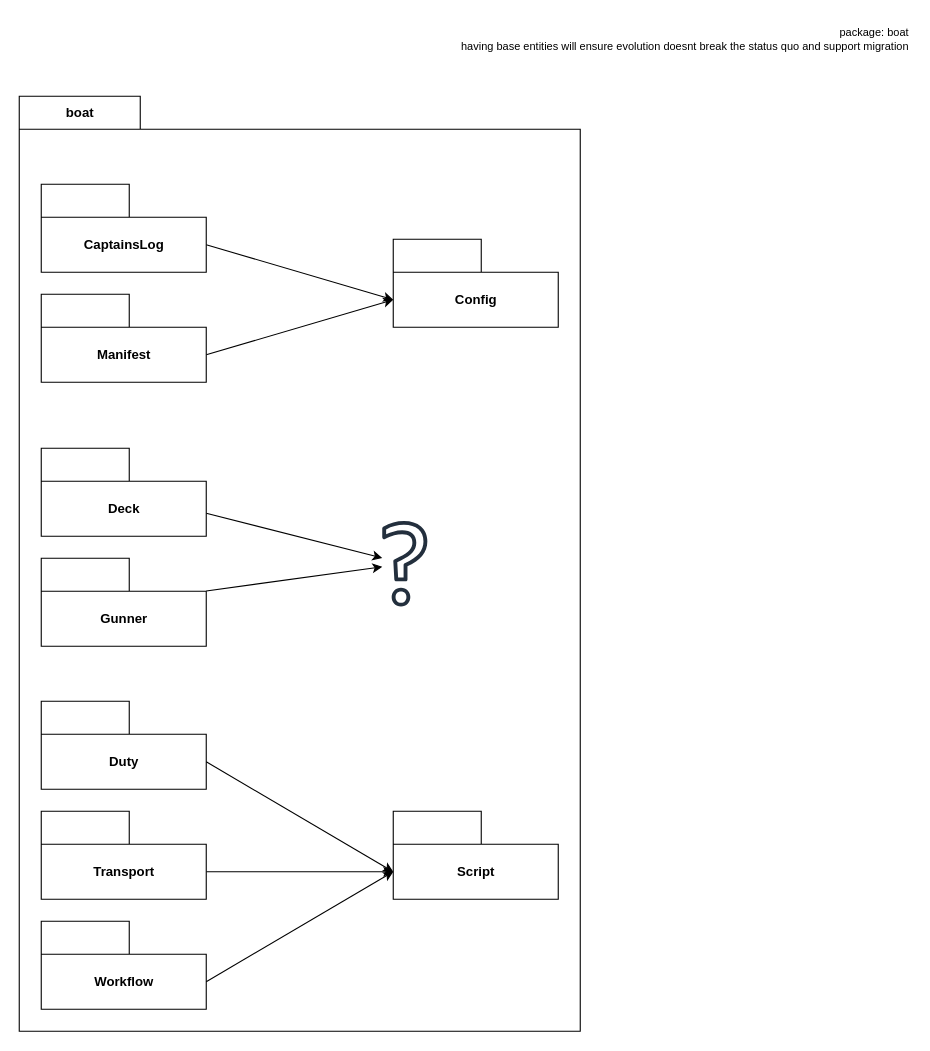
Earlier version of the draw.io diagram page "package" (6 of 6) of ADRs/boat_adr.drawio (noahehall/boat). Source tidied: cells renumbered, new cells numbered last; positions are measured from the earlier drawing's top-left corner, leaving out a move shared by most shapes. Both pictures are drawn from the tidied source at 110%, with x=0, y=0 at pixel (19, 19).
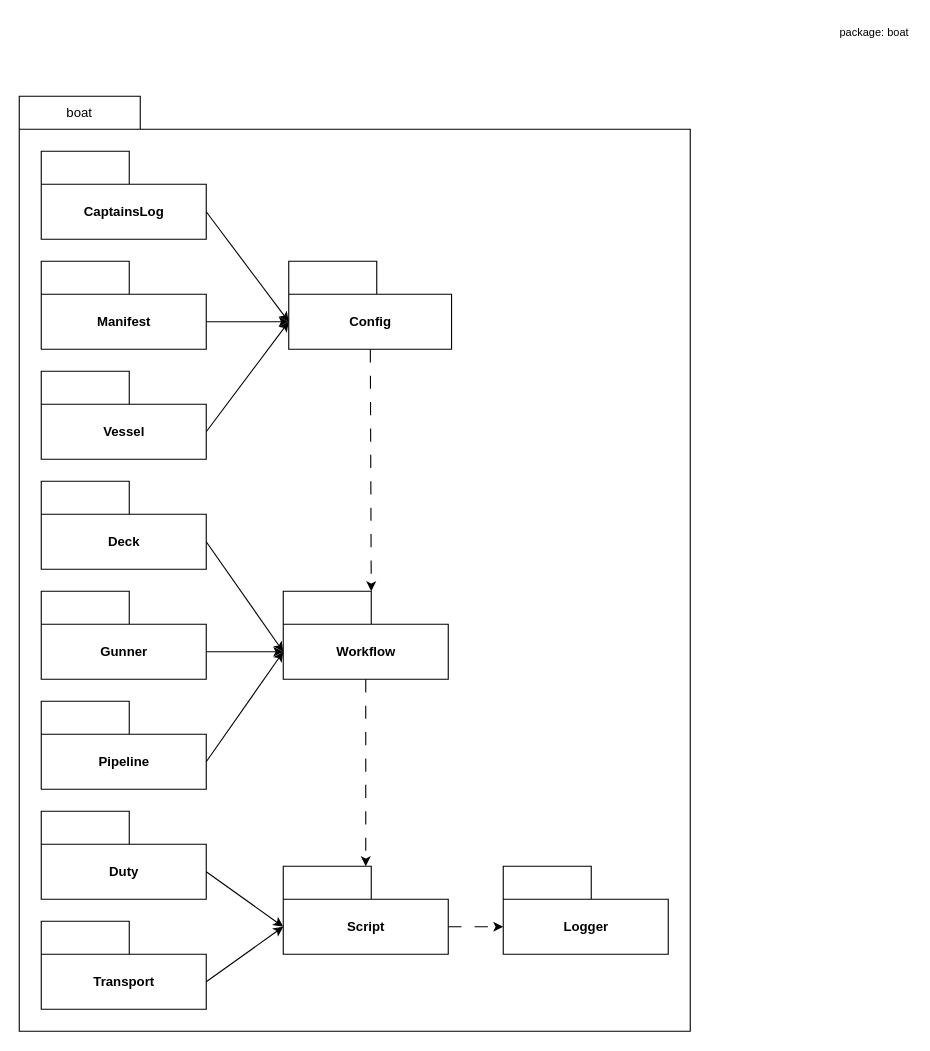
The same diagram, later.

Diff of the diagram source:
```diff
@@
-    <mxCell id="2" value="boat" style="shape=folder;fontStyle=1;tabWidth=110;tabHeight=30;tabPosition=left;html=1;boundedLbl=1;labelInHeader=1;" parent="1" vertex="1">
-      <mxGeometry y="70" width="510" height="850" as="geometry" />
+    <mxCell id="2" style="shape=folder;fontStyle=1;tabWidth=110;tabHeight=30;tabPosition=left;html=1;boundedLbl=1;labelInHeader=1;" parent="1" vertex="1">
+      <mxGeometry y="70" width="610" height="850" as="geometry" />
     </mxCell>
+    <mxCell id="21" value="boat" style="text;html=1;strokeColor=none;fillColor=none;align=center;verticalAlign=middle;whiteSpace=wrap;rounded=0;" parent="2" vertex="1">
+      <mxGeometry width="110" height="30" as="geometry" />
+    </mxCell>
+    <mxCell id="22" style="group;" parent="2" vertex="1">
+      <mxGeometry x="20" y="50" width="470" height="180" as="geometry" />
+    </mxCell>
+    <mxCell id="23" style="group;" parent="22" vertex="1">
+      <mxGeometry width="470" height="180" as="geometry" />
+    </mxCell>
+    <mxCell id="4" value="CaptainsLog" style="shape=folder;fontStyle=1;tabWidth=80;tabHeight=30;tabPosition=left;html=1;boundedLbl=1;" parent="23" vertex="1">
+      <mxGeometry width="150" height="80" as="geometry" />
+    </mxCell>
+    <mxCell id="6" value="Manifest" style="shape=folder;fontStyle=1;tabWidth=80;tabHeight=30;tabPosition=left;html=1;boundedLbl=1;" parent="23" vertex="1">
+      <mxGeometry y="100" width="150" height="80" as="geometry" />
+    </mxCell>
+    <mxCell id="15" style="edgeStyle=none;rounded=0;jettySize=auto;html=1;entryX=0.5;entryY=0;entryDx=0;entryDy=0;entryPerimeter=0;dashed=1;dashPattern=12 12;" parent="2" edge="1" source="12" target="13">
+      <mxGeometry relative="1" as="geometry" />
+    </mxCell>
+    <mxCell id="24" style="group;" parent="2" vertex="1">
+      <mxGeometry x="20" y="650" width="370" height="180" as="geometry" />
+    </mxCell>
+    <mxCell id="8" value="Transport" style="shape=folder;fontStyle=1;tabWidth=80;tabHeight=30;tabPosition=left;html=1;boundedLbl=1;" parent="24" vertex="1">
+      <mxGeometry y="100" width="150" height="80" as="geometry" />
+    </mxCell>
+    <mxCell id="11" value="Duty" style="shape=folder;fontStyle=1;tabWidth=80;tabHeight=30;tabPosition=left;html=1;boundedLbl=1;" parent="24" vertex="1">
+      <mxGeometry width="150" height="80" as="geometry" />
+    </mxCell>
+    <mxCell id="13" value="Script" style="shape=folder;fontStyle=1;tabWidth=80;tabHeight=30;tabPosition=left;html=1;boundedLbl=1;" parent="24" vertex="1">
+      <mxGeometry x="220" y="50" width="150" height="80" as="geometry" />
+    </mxCell>
+    <mxCell id="7" style="edgeStyle=none;rounded=0;jettySize=auto;html=1;entryX=0;entryY=0;entryDx=0;entryDy=55;entryPerimeter=0;exitX=0;exitY=0;exitDx=150;exitDy=55;exitPerimeter=0;" parent="24" edge="1" source="8" target="13">
+      <mxGeometry relative="1" as="geometry" />
+    </mxCell>
+    <mxCell id="14" style="rounded=0;jettySize=auto;html=1;entryX=0;entryY=0;entryDx=0;entryDy=55;entryPerimeter=0;exitX=0;exitY=0;exitDx=150;exitDy=55;exitPerimeter=0;" parent="24" edge="1" source="11" target="13">
+      <mxGeometry relative="1" as="geometry" />
+    </mxCell>
+    <mxCell id="25" style="edgeStyle=none;rounded=0;jettySize=auto;html=1;entryX=0;entryY=0;entryDx=0;entryDy=55;entryPerimeter=0;exitX=0;exitY=0;exitDx=150;exitDy=55;exitPerimeter=0;" parent="2" edge="1" source="26" target="18">
+      <mxGeometry relative="1" as="geometry" />
+    </mxCell>
+    <mxCell id="26" value="Vessel" style="shape=folder;fontStyle=1;tabWidth=80;tabHeight=30;tabPosition=left;html=1;boundedLbl=1;" parent="2" vertex="1">
+      <mxGeometry x="20" y="250" width="150" height="80" as="geometry" />
+    </mxCell>
+    <mxCell id="27" style="edgeStyle=none;rounded=0;jettySize=auto;html=1;entryX=0;entryY=0;entryDx=80;entryDy=0;entryPerimeter=0;dashed=1;dashPattern=12 12;" parent="2" edge="1" source="18" target="12">
+      <mxGeometry relative="1" as="geometry" />
+    </mxCell>
+    <mxCell id="18" value="Config" style="shape=folder;fontStyle=1;tabWidth=80;tabHeight=30;tabPosition=left;html=1;boundedLbl=1;" parent="2" vertex="1">
+      <mxGeometry x="245" y="150" width="148" height="80" as="geometry" />
+    </mxCell>
@@
-    <mxCell id="4" value="CaptainsLog" style="shape=folder;fontStyle=1;tabWidth=80;tabHeight=30;tabPosition=left;html=1;boundedLbl=1;" parent="2" vertex="1">
-      <mxGeometry x="20" y="80" width="150" height="80" as="geometry" />
-    </mxCell>
@@
-    <mxCell id="6" value="Manifest" style="shape=folder;fontStyle=1;tabWidth=80;tabHeight=30;tabPosition=left;html=1;boundedLbl=1;" parent="2" vertex="1">
-      <mxGeometry x="20" y="180" width="150" height="80" as="geometry" />
-    </mxCell>
-    <mxCell id="7" style="edgeStyle=none;rounded=0;jettySize=auto;html=1;entryX=0;entryY=0;entryDx=0;entryDy=55;entryPerimeter=0;exitX=0;exitY=0;exitDx=150;exitDy=55;exitPerimeter=0;" parent="2" edge="1" source="8" target="13">
-      <mxGeometry relative="1" as="geometry" />
-    </mxCell>
-    <mxCell id="8" value="Transport" style="shape=folder;fontStyle=1;tabWidth=80;tabHeight=30;tabPosition=left;html=1;boundedLbl=1;" parent="2" vertex="1">
-      <mxGeometry x="20" y="650" width="150" height="80" as="geometry" />
-    </mxCell>
+    <mxCell id="28" value="Logger" style="shape=folder;fontStyle=1;tabWidth=80;tabHeight=30;tabPosition=left;html=1;boundedLbl=1;" parent="2" vertex="1">
+      <mxGeometry x="440" y="700" width="150" height="80" as="geometry" />
+    </mxCell>
+    <mxCell id="12" value="Workflow" style="shape=folder;fontStyle=1;tabWidth=80;tabHeight=30;tabPosition=left;html=1;boundedLbl=1;" parent="2" vertex="1">
+      <mxGeometry x="240" y="450" width="150" height="80" as="geometry" />
+    </mxCell>
+    <mxCell id="29" style="group;" parent="2" vertex="1">
+      <mxGeometry x="20" y="350" width="470" height="280" as="geometry" />
+    </mxCell>
+    <mxCell id="10" value="Deck" style="shape=folder;fontStyle=1;tabWidth=80;tabHeight=30;tabPosition=left;html=1;boundedLbl=1;" parent="29" vertex="1">
+      <mxGeometry width="150" height="80" as="geometry" />
+    </mxCell>
+    <mxCell id="17" value="Gunner" style="shape=folder;fontStyle=1;tabWidth=80;tabHeight=30;tabPosition=left;html=1;boundedLbl=1;" parent="29" vertex="1">
+      <mxGeometry y="100" width="150" height="80" as="geometry" />
+    </mxCell>
+    <mxCell id="30" value="Pipeline" style="shape=folder;fontStyle=1;tabWidth=80;tabHeight=30;tabPosition=left;html=1;boundedLbl=1;" parent="29" vertex="1">
+      <mxGeometry y="200" width="150" height="80" as="geometry" />
+    </mxCell>
-    <mxCell id="9" style="edgeStyle=none;rounded=0;jettySize=auto;html=1;" parent="2" edge="1" source="10" target="19">
+    <mxCell id="9" style="edgeStyle=none;rounded=0;jettySize=auto;html=1;entryX=0;entryY=0;entryDx=0;entryDy=55;entryPerimeter=0;exitX=0;exitY=0;exitDx=150;exitDy=55;exitPerimeter=0;" parent="2" edge="1" source="10" target="12">
       <mxGeometry relative="1" as="geometry" />
     </mxCell>
-    <mxCell id="10" value="Deck" style="shape=folder;fontStyle=1;tabWidth=80;tabHeight=30;tabPosition=left;html=1;boundedLbl=1;" parent="2" vertex="1">
-      <mxGeometry x="20" y="320" width="150" height="80" as="geometry" />
-    </mxCell>
-    <mxCell id="11" value="Duty" style="shape=folder;fontStyle=1;tabWidth=80;tabHeight=30;tabPosition=left;html=1;boundedLbl=1;" parent="2" vertex="1">
-      <mxGeometry x="20" y="550" width="150" height="80" as="geometry" />
-    </mxCell>
-    <mxCell id="12" value="Workflow" style="shape=folder;fontStyle=1;tabWidth=80;tabHeight=30;tabPosition=left;html=1;boundedLbl=1;" parent="2" vertex="1">
-      <mxGeometry x="20" y="750" width="150" height="80" as="geometry" />
-    </mxCell>
-    <mxCell id="13" value="Script" style="shape=folder;fontStyle=1;tabWidth=80;tabHeight=30;tabPosition=left;html=1;boundedLbl=1;" parent="2" vertex="1">
-      <mxGeometry x="340" y="650" width="150" height="80" as="geometry" />
-    </mxCell>
-    <mxCell id="14" style="rounded=0;jettySize=auto;html=1;entryX=0;entryY=0;entryDx=0;entryDy=55;entryPerimeter=0;exitX=0;exitY=0;exitDx=150;exitDy=55;exitPerimeter=0;" parent="2" edge="1" source="11" target="13">
-      <mxGeometry relative="1" as="geometry" />
-    </mxCell>
-    <mxCell id="15" style="edgeStyle=none;rounded=0;jettySize=auto;html=1;entryX=0;entryY=0;entryDx=0;entryDy=55;entryPerimeter=0;exitX=0;exitY=0;exitDx=150;exitDy=55;exitPerimeter=0;" parent="2" edge="1" source="12" target="13">
-      <mxGeometry relative="1" as="geometry" />
-    </mxCell>
-    <mxCell id="16" style="edgeStyle=none;rounded=0;jettySize=auto;html=1;" parent="2" edge="1" source="17" target="19">
+    <mxCell id="16" style="edgeStyle=none;rounded=0;jettySize=auto;html=1;entryX=0;entryY=0;entryDx=0;entryDy=55;entryPerimeter=0;exitX=0;exitY=0;exitDx=150;exitDy=55;exitPerimeter=0;" parent="2" edge="1" source="17" target="12">
       <mxGeometry relative="1" as="geometry" />
     </mxCell>
-    <mxCell id="17" value="Gunner" style="shape=folder;fontStyle=1;tabWidth=80;tabHeight=30;tabPosition=left;html=1;boundedLbl=1;" parent="2" vertex="1">
-      <mxGeometry x="20" y="420" width="150" height="80" as="geometry" />
-    </mxCell>
-    <mxCell id="18" value="Config" style="shape=folder;fontStyle=1;tabWidth=80;tabHeight=30;tabPosition=left;html=1;boundedLbl=1;" parent="2" vertex="1">
-      <mxGeometry x="340" y="130" width="150" height="80" as="geometry" />
-    </mxCell>
-    <mxCell id="19" style="sketch=0;outlineConnect=0;fontColor=#232F3E;gradientColor=none;fillColor=#232F3D;strokeColor=none;dashed=0;verticalLabelPosition=bottom;verticalAlign=top;align=center;html=1;fontSize=12;fontStyle=0;shape=mxgraph.aws4.question;" parent="2" vertex="1">
-      <mxGeometry x="330" y="386" width="41" height="78" as="geometry" />
-    </mxCell>
+    <mxCell id="31" style="edgeStyle=none;rounded=0;jettySize=auto;html=1;entryX=0;entryY=0;entryDx=0;entryDy=55;entryPerimeter=0;exitX=0;exitY=0;exitDx=150;exitDy=55;exitPerimeter=0;" parent="2" edge="1" source="30" target="12">
+      <mxGeometry relative="1" as="geometry" />
+    </mxCell>
+    <mxCell id="32" style="edgeStyle=none;rounded=0;jettySize=auto;html=1;dashed=1;dashPattern=12 12;exitX=0;exitY=0;exitDx=150;exitDy=55;exitPerimeter=0;entryX=0;entryY=0;entryDx=0;entryDy=55;entryPerimeter=0;" parent="2" edge="1" source="13" target="28">
+      <mxGeometry relative="1" as="geometry" />
+    </mxCell>
-    <mxCell id="20" value="package: boat&lt;br&gt;having base entities will ensure evolution doesnt break the status quo and support migration" style="text;html=1;align=right;verticalAlign=top;strokeColor=none;fillColor=none;fontSize=10;" parent="1" vertex="1">
-      <mxGeometry x="380" width="430" height="40" as="geometry" />
+    <mxCell id="20" value="package: boat" style="text;html=1;align=right;verticalAlign=top;strokeColor=none;fillColor=none;fontSize=10;" parent="1" vertex="1">
+      <mxGeometry x="720" width="90" height="30" as="geometry" />
     </mxCell>
```
